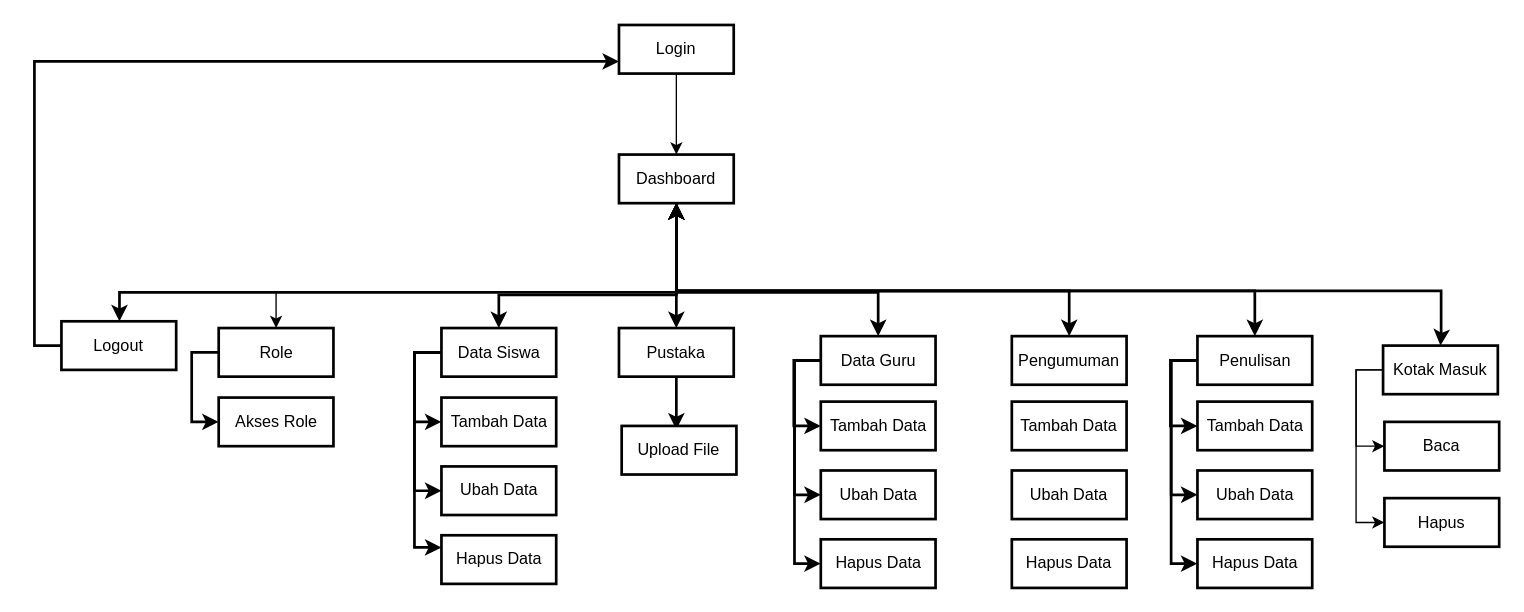
aldonicolaz/siakad-petrus keeps this draw.io diagram as page "Page-3" (3 of 4) of Untitled Diagram.drawio. Above is the earlier version. Source tidied: cells renumbered, new cells numbered last; positions are measured from the earlier drawing's top-left corner, leaving out a move shared by most shapes. Both pictures are drawn from the tidied source at 135%, with x=0, y=0 at pixel (34, 24).
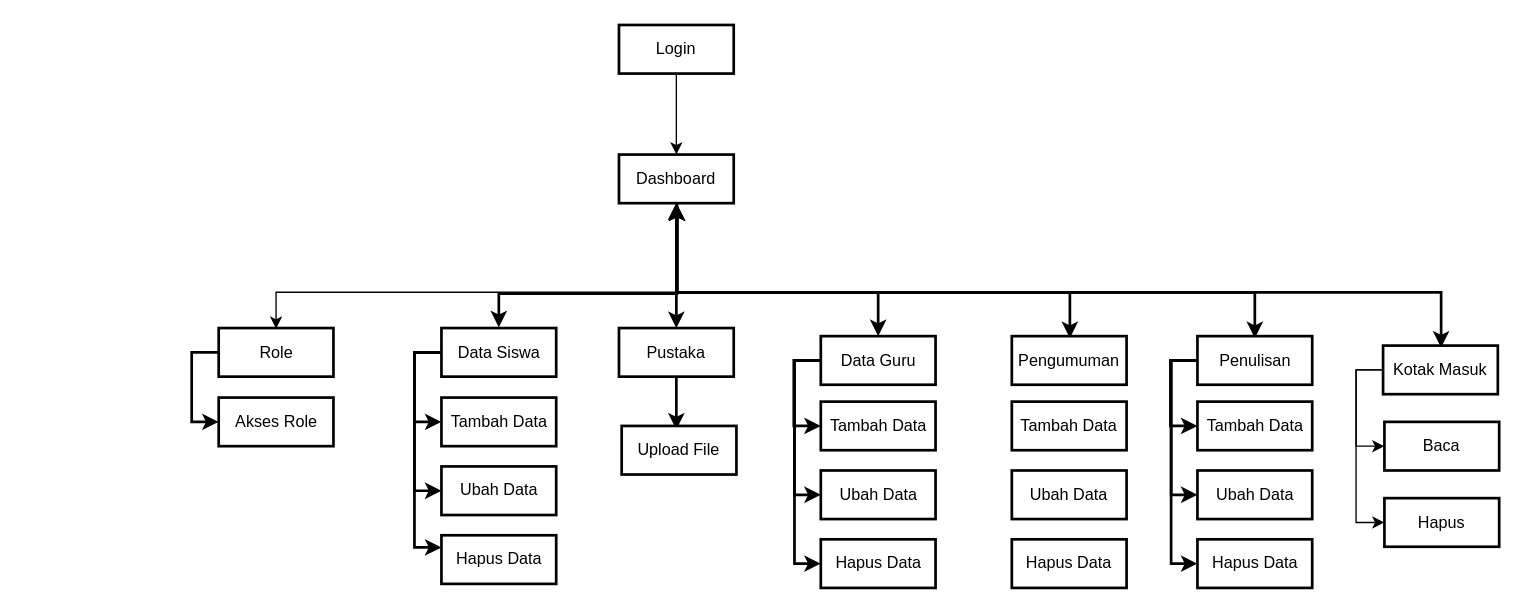
Above is the later version.

Unchanged cells that the change refers to:
```xml
<mxCell id="10" value="Dashboard" style="rounded=0;whiteSpace=wrap;html=1;strokeWidth=2;" parent="1" vertex="1">
  <mxGeometry x="433" y="96" width="85" height="36" as="geometry" />
</mxCell>
<mxCell id="14" value="Role" style="rounded=0;whiteSpace=wrap;html=1;strokeWidth=2;" parent="1" vertex="1">
  <mxGeometry x="136.5" y="224.5" width="85" height="36" as="geometry" />
</mxCell>
<mxCell id="18" value="Data Siswa" style="rounded=0;whiteSpace=wrap;html=1;strokeWidth=2;" parent="1" vertex="1">
  <mxGeometry x="301.5" y="224.5" width="85" height="36" as="geometry" />
</mxCell>
<mxCell id="25" value="Pengumuman" style="rounded=0;whiteSpace=wrap;html=1;strokeWidth=2;" parent="1" vertex="1">
  <mxGeometry x="724" y="230.5" width="85" height="36" as="geometry" />
</mxCell>
<mxCell id="29" value="Penulisan" style="rounded=0;whiteSpace=wrap;html=1;strokeWidth=2;" parent="1" vertex="1">
  <mxGeometry x="861.5" y="230.5" width="85" height="36" as="geometry" />
</mxCell>
<mxCell id="32" value="Kotak Masuk" style="rounded=0;whiteSpace=wrap;html=1;strokeWidth=2;" parent="1" vertex="1">
  <mxGeometry x="999" y="237.5" width="85" height="36" as="geometry" />
</mxCell>
<mxCell id="50" value="Login" style="rounded=0;whiteSpace=wrap;html=1;strokeWidth=2;" parent="1" vertex="1">
  <mxGeometry x="433" width="85" height="36" as="geometry" />
</mxCell>
```

Diff of the diagram source:
```diff
@@
-    <mxCell id="2" style="edgeStyle=orthogonalEdgeStyle;rounded=0;jettySize=auto;html=1;entryX=0.5;entryY=0;entryDx=0;entryDy=0;strokeWidth=2;" parent="1" edge="1" source="10" target="18">
+    <mxCell id="2" style="edgeStyle=orthogonalEdgeStyle;rounded=0;orthogonalLoop=1;jettySize=auto;html=1;entryX=0.5;entryY=0;entryDx=0;entryDy=0;strokeWidth=2;" parent="1" edge="1">
       <mxGeometry relative="1" as="geometry">
+        <mxPoint x="476" y="131" as="sourcePoint" />
+        <mxPoint x="344" y="224" as="targetPoint" />
         <Array as="points">
-          <mxPoint x="476" y="200" />
-          <mxPoint x="344" y="200" />
+          <mxPoint x="476" y="199" />
+          <mxPoint x="344" y="199" />
         </Array>
       </mxGeometry>
     </mxCell>
@@
-    <mxCell id="5" style="edgeStyle=orthogonalEdgeStyle;rounded=0;jettySize=auto;html=1;entryX=0.5;entryY=0;entryDx=0;entryDy=0;strokeWidth=2;startArrow=classic;startFill=1;" parent="1" edge="1" source="10" target="25">
+    <mxCell id="5" style="edgeStyle=orthogonalEdgeStyle;rounded=0;orthogonalLoop=1;jettySize=auto;html=1;entryX=0.5;entryY=0;entryDx=0;entryDy=0;strokeWidth=2;startArrow=classic;startFill=1;" parent="1" edge="1">
       <mxGeometry relative="1" as="geometry">
+        <mxPoint x="476" y="133" as="sourcePoint" />
+        <mxPoint x="767" y="232" as="targetPoint" />
         <Array as="points">
-          <mxPoint x="476" y="197" />
-          <mxPoint x="767" y="197" />
+          <mxPoint x="476" y="198" />
+          <mxPoint x="767" y="198" />
         </Array>
       </mxGeometry>
     </mxCell>
-    <mxCell id="6" style="edgeStyle=orthogonalEdgeStyle;rounded=0;jettySize=auto;html=1;entryX=0.5;entryY=0;entryDx=0;entryDy=0;strokeWidth=2;startArrow=classic;startFill=1;" parent="1" edge="1" source="10" target="29">
+    <mxCell id="6" style="edgeStyle=orthogonalEdgeStyle;rounded=0;orthogonalLoop=1;jettySize=auto;html=1;entryX=0.5;entryY=0;entryDx=0;entryDy=0;strokeWidth=2;startArrow=classic;startFill=1;" parent="1" edge="1">
       <mxGeometry relative="1" as="geometry">
+        <mxPoint x="476" y="133" as="sourcePoint" />
+        <mxPoint x="904" y="232" as="targetPoint" />
         <Array as="points">
-          <mxPoint x="476" y="197" />
-          <mxPoint x="904" y="197" />
+          <mxPoint x="476" y="198" />
+          <mxPoint x="904" y="198" />
         </Array>
       </mxGeometry>
     </mxCell>
-    <mxCell id="7" style="edgeStyle=orthogonalEdgeStyle;rounded=0;jettySize=auto;html=1;strokeWidth=2;entryX=0.5;entryY=0;entryDx=0;entryDy=0;startArrow=classic;startFill=1;" parent="1" edge="1" source="10" target="32">
+    <mxCell id="7" style="edgeStyle=orthogonalEdgeStyle;rounded=0;orthogonalLoop=1;jettySize=auto;html=1;strokeWidth=2;entryX=0.5;entryY=0;entryDx=0;entryDy=0;startArrow=classic;startFill=1;" parent="1" edge="1">
       <mxGeometry relative="1" as="geometry">
+        <mxPoint x="476" y="133" as="sourcePoint" />
+        <mxPoint x="1042" y="239" as="targetPoint" />
         <Array as="points">
-          <mxPoint x="476" y="197" />
-          <mxPoint x="1042" y="197" />
-          <mxPoint x="1042" y="231" />
+          <mxPoint x="476" y="198" />
+          <mxPoint x="1042" y="198" />
+          <mxPoint x="1042" y="232" />
         </Array>
       </mxGeometry>
     </mxCell>
-    <mxCell id="8" style="edgeStyle=orthogonalEdgeStyle;rounded=0;jettySize=auto;html=1;entryX=0.5;entryY=0;entryDx=0;entryDy=0;startArrow=none;startFill=0;" parent="1" edge="1" source="10" target="14">
+    <mxCell id="8" style="edgeStyle=orthogonalEdgeStyle;rounded=0;orthogonalLoop=1;jettySize=auto;html=1;entryX=0.5;entryY=0;entryDx=0;entryDy=0;startArrow=none;startFill=0;" parent="1" edge="1">
       <mxGeometry relative="1" as="geometry">
+        <mxPoint x="476" y="132" as="sourcePoint" />
+        <mxPoint x="179" y="225" as="targetPoint" />
         <Array as="points">
           <mxPoint x="476" y="198" />
           <mxPoint x="179" y="198" />
         </Array>
       </mxGeometry>
     </mxCell>
-    <mxCell id="9" style="edgeStyle=orthogonalEdgeStyle;rounded=0;jettySize=auto;html=1;startArrow=none;startFill=0;strokeWidth=2;" parent="1" edge="1" source="10" target="12">
-      <mxGeometry relative="1" as="geometry">
-        <Array as="points">
-          <mxPoint x="476" y="198" />
-          <mxPoint x="63" y="198" />
-        </Array>
-      </mxGeometry>
-    </mxCell>
@@
-    <mxCell id="11" style="edgeStyle=orthogonalEdgeStyle;rounded=0;jettySize=auto;html=1;entryX=0;entryY=0.75;entryDx=0;entryDy=0;startArrow=none;startFill=0;strokeWidth=2;" parent="1" edge="1" source="12" target="50">
-      <mxGeometry relative="1" as="geometry">
-        <Array as="points">
-          <mxPoint y="238" />
-          <mxPoint y="27" />
-        </Array>
-      </mxGeometry>
-    </mxCell>
-    <mxCell id="12" value="Logout" style="rounded=0;whiteSpace=wrap;html=1;strokeWidth=2;" parent="1" vertex="1">
-      <mxGeometry x="20" y="219.5" width="85" height="36" as="geometry" />
-    </mxCell>
```
